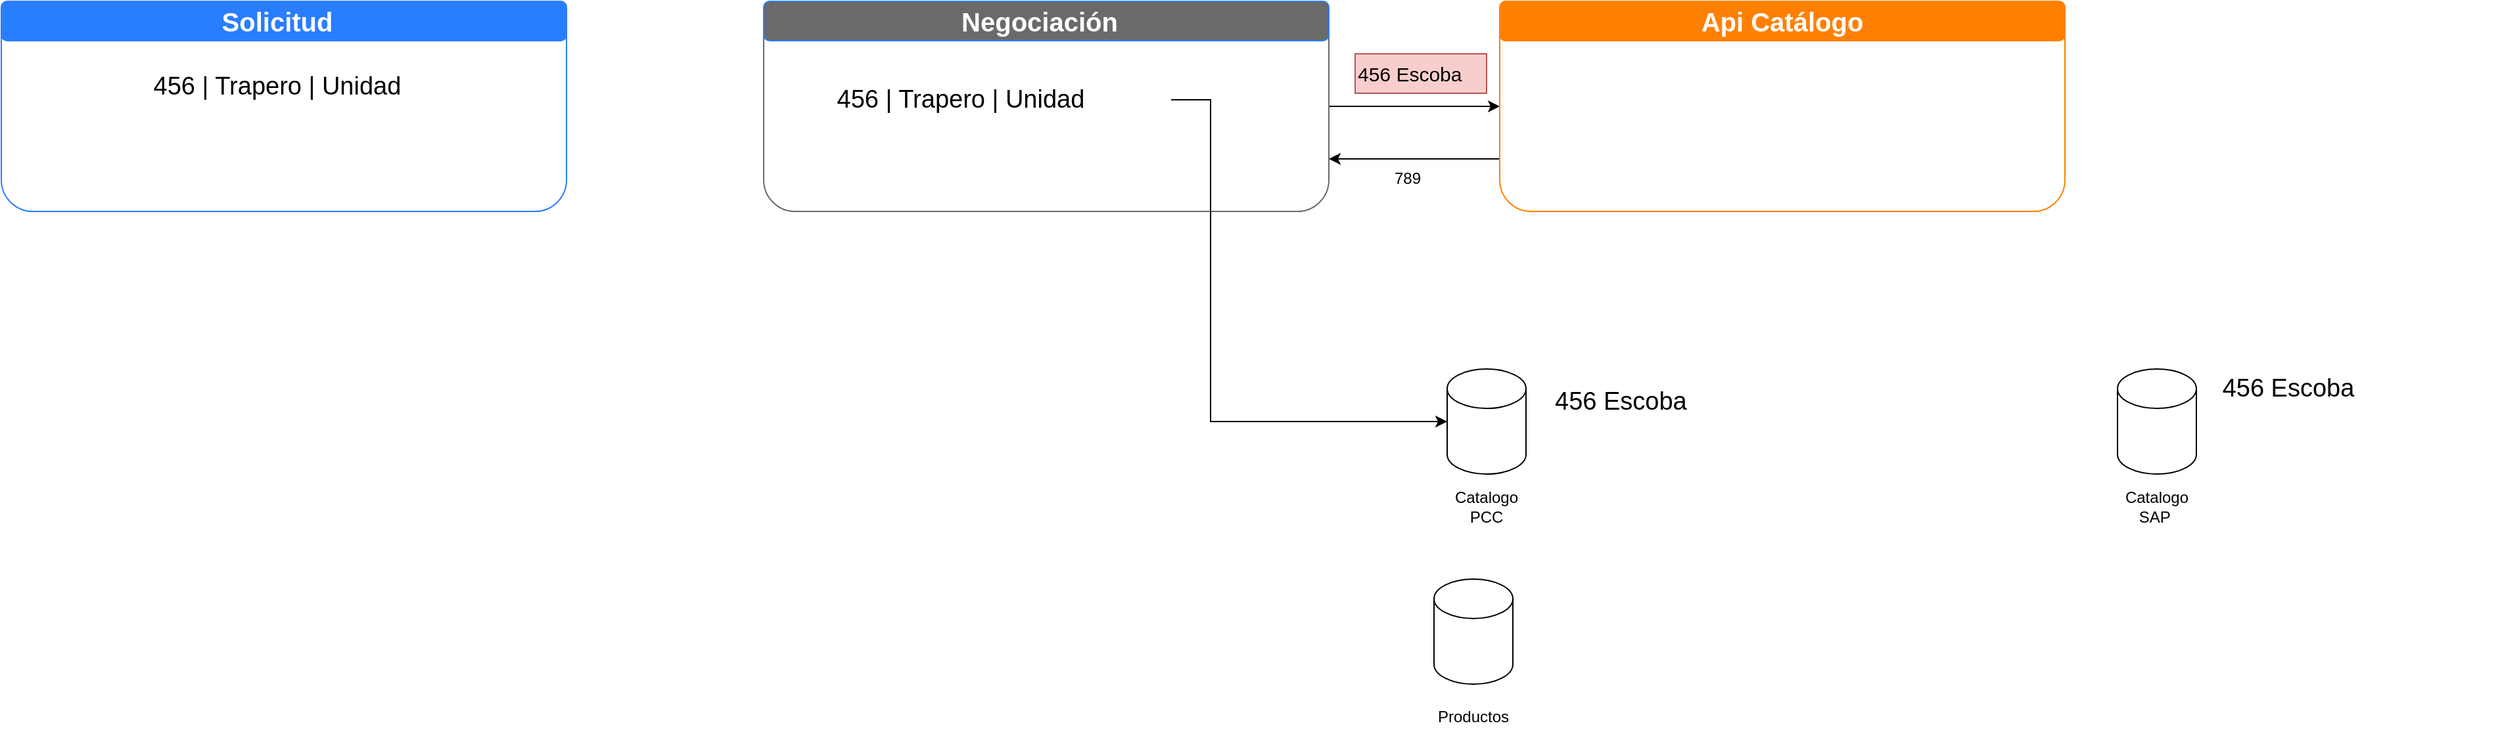
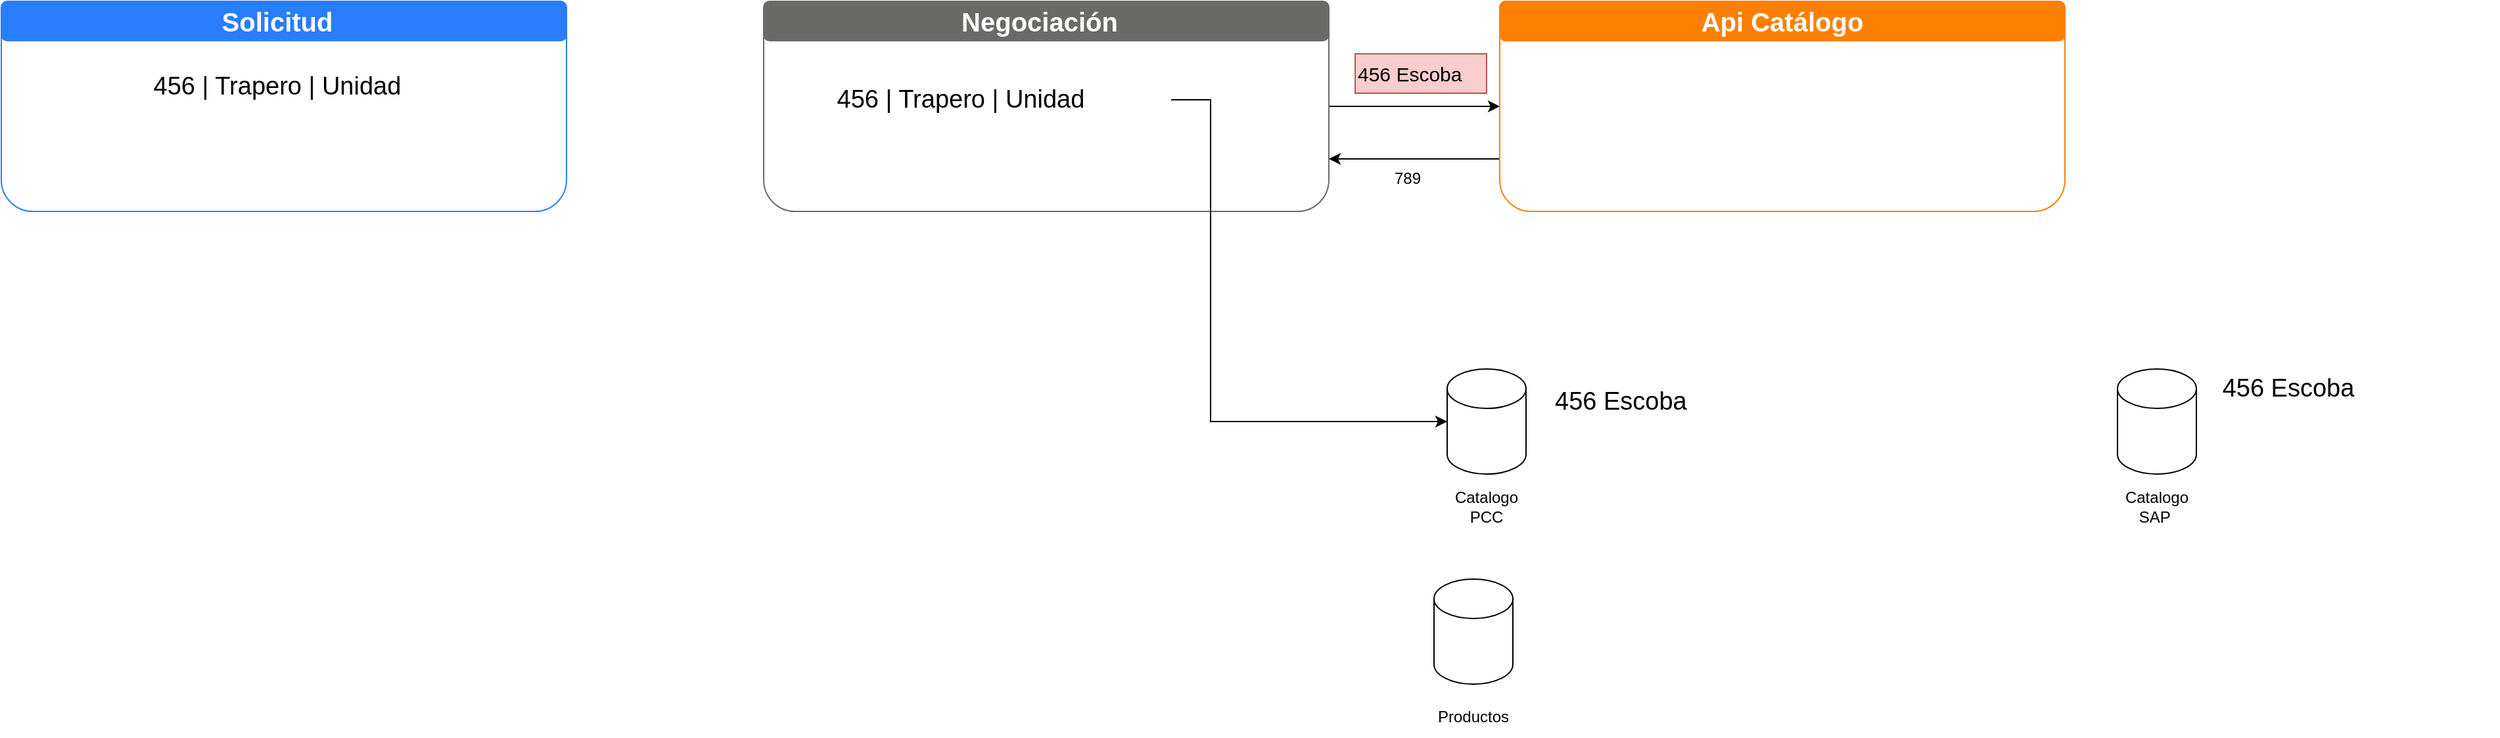
<mxfile host="app.diagrams.net">
  <diagram name="Page-1" id="UP9iQQHsG3meQlu-i4O-">
-     <mxGraphModel dx="2947" dy="894" grid="1" gridSize="10" guides="1" tooltips="1" connect="1" arrows="1" fold="1" page="1" pageScale="1" pageWidth="850" pageHeight="1100" math="0" shadow="0">
+     <mxGraphModel dx="2477" dy="860" grid="1" gridSize="10" guides="1" tooltips="1" connect="1" arrows="1" fold="1" page="1" pageScale="1" pageWidth="850" pageHeight="1100" math="0" shadow="0">
      <root>
        <mxCell id="0" />
        <mxCell id="1" parent="0" />
        <mxCell id="Nt2-6mFTUAAij5V2ATox-1" parent="1" style="rounded=1;whiteSpace=wrap;html=1;strokeColor=#297DFF;" value="" vertex="1">
          <mxGeometry height="160" width="430" x="-380" y="110" as="geometry" />
        </mxCell>
        <mxCell id="Nt2-6mFTUAAij5V2ATox-7" parent="1" style="rounded=1;whiteSpace=wrap;html=1;fillColor=#297DFF;strokeColor=#297DFF;" value="" vertex="1">
          <mxGeometry height="30" width="430" x="-380" y="110" as="geometry" />
        </mxCell>
        <mxCell id="Nt2-6mFTUAAij5V2ATox-8" parent="1" style="text;html=1;whiteSpace=wrap;strokeColor=none;fillColor=none;align=center;verticalAlign=middle;rounded=0;fontColor=#FFFFFF;fontStyle=1;fontSize=20;" value="Solicitud" vertex="1">
          <mxGeometry height="30" width="60" x="-200" y="110" as="geometry" />
        </mxCell>
        <mxCell id="Nt2-6mFTUAAij5V2ATox-21" edge="1" parent="1" source="Nt2-6mFTUAAij5V2ATox-12" style="edgeStyle=orthogonalEdgeStyle;rounded=0;orthogonalLoop=1;jettySize=auto;html=1;" target="Nt2-6mFTUAAij5V2ATox-15">
          <mxGeometry relative="1" as="geometry" />
        </mxCell>
        <mxCell id="Nt2-6mFTUAAij5V2ATox-12" parent="1" style="rounded=1;whiteSpace=wrap;html=1;strokeColor=#6A6A69;" value="" vertex="1">
          <mxGeometry height="160" width="430" x="200" y="110" as="geometry" />
        </mxCell>
-         <mxCell id="Nt2-6mFTUAAij5V2ATox-13" parent="1" style="rounded=1;whiteSpace=wrap;html=1;fillColor=#6A6A69;strokeColor=#297DFF;" value="" vertex="1">
+         <mxCell id="Nt2-6mFTUAAij5V2ATox-13" parent="1" style="rounded=1;whiteSpace=wrap;html=1;fillColor=#6A6A69;strokeColor=#6A6A69;" value="" vertex="1">
          <mxGeometry height="30" width="430" x="200" y="110" as="geometry" />
        </mxCell>
        <mxCell id="Nt2-6mFTUAAij5V2ATox-14" parent="1" style="text;html=1;whiteSpace=wrap;strokeColor=none;fillColor=none;align=center;verticalAlign=middle;rounded=0;fontColor=#FFFFFF;fontStyle=1;fontSize=20;" value="Negociación" vertex="1">
          <mxGeometry height="30" width="60" x="380" y="110" as="geometry" />
        </mxCell>
        <mxCell id="Nt2-6mFTUAAij5V2ATox-22" edge="1" parent="1" source="Nt2-6mFTUAAij5V2ATox-15" style="edgeStyle=orthogonalEdgeStyle;rounded=0;orthogonalLoop=1;jettySize=auto;html=1;exitX=0;exitY=0.75;exitDx=0;exitDy=0;entryX=1;entryY=0.75;entryDx=0;entryDy=0;" target="Nt2-6mFTUAAij5V2ATox-12">
          <mxGeometry relative="1" as="geometry" />
        </mxCell>
        <mxCell id="Nt2-6mFTUAAij5V2ATox-15" parent="1" style="rounded=1;whiteSpace=wrap;html=1;strokeColor=#FF8000;" value="" vertex="1">
          <mxGeometry height="160" width="430" x="760" y="110" as="geometry" />
        </mxCell>
        <mxCell id="Nt2-6mFTUAAij5V2ATox-16" parent="1" style="rounded=1;whiteSpace=wrap;html=1;fillColor=#FF8000;strokeColor=#FF8000;" value="" vertex="1">
          <mxGeometry height="30" width="430" x="760" y="110" as="geometry" />
        </mxCell>
        <mxCell id="Nt2-6mFTUAAij5V2ATox-17" parent="1" style="text;html=1;whiteSpace=wrap;strokeColor=none;fillColor=none;align=center;verticalAlign=middle;rounded=0;fontColor=#FFFFFF;fontStyle=1;fontSize=20;" value="Api Catálogo" vertex="1">
          <mxGeometry height="30" width="160" x="895" y="110" as="geometry" />
        </mxCell>
        <mxCell id="Nt2-6mFTUAAij5V2ATox-19" parent="1" style="text;html=1;whiteSpace=wrap;strokeColor=none;fillColor=none;align=left;verticalAlign=middle;rounded=0;fontSize=19;" value="456 Escoba" vertex="1">
          <mxGeometry height="30" width="320" x="800" y="400" as="geometry" />
        </mxCell>
        <mxCell id="Nt2-6mFTUAAij5V2ATox-23" parent="1" style="text;html=1;whiteSpace=wrap;strokeColor=none;fillColor=none;align=center;verticalAlign=middle;rounded=0;" value="789" vertex="1">
          <mxGeometry height="30" width="60" x="660" y="230" as="geometry" />
        </mxCell>
        <mxCell id="Nt2-6mFTUAAij5V2ATox-24" parent="1" style="shape=cylinder3;whiteSpace=wrap;html=1;boundedLbl=1;backgroundOutline=1;size=15;" value="&lt;div&gt;&lt;br&gt;&lt;/div&gt;&lt;div&gt;&lt;br&gt;&lt;/div&gt;&lt;div&gt;&lt;br&gt;&lt;/div&gt;&lt;div&gt;&lt;br&gt;&lt;/div&gt;&lt;div&gt;&lt;br&gt;&lt;/div&gt;&lt;div&gt;&lt;br&gt;&lt;/div&gt;" vertex="1">
          <mxGeometry height="80" width="60" x="720" y="390" as="geometry" />
        </mxCell>
        <mxCell id="Nt2-6mFTUAAij5V2ATox-25" parent="1" style="text;html=1;whiteSpace=wrap;strokeColor=none;fillColor=none;align=center;verticalAlign=middle;rounded=0;" value="Catalogo PCC" vertex="1">
          <mxGeometry height="30" width="60" x="720" y="480" as="geometry" />
        </mxCell>
        <mxCell id="Nt2-6mFTUAAij5V2ATox-26" parent="1" style="text;html=1;whiteSpace=wrap;strokeColor=none;fillColor=none;align=center;verticalAlign=middle;rounded=0;fontSize=19;" value="456 | Trapero&amp;nbsp;| Unidad" vertex="1">
          <mxGeometry height="30" width="320" x="-330" y="160" as="geometry" />
        </mxCell>
        <mxCell id="Nt2-6mFTUAAij5V2ATox-27" parent="1" style="text;html=1;whiteSpace=wrap;strokeColor=none;fillColor=none;align=center;verticalAlign=middle;rounded=0;fontSize=19;" value="456 | Trapero | Unidad" vertex="1">
          <mxGeometry height="30" width="320" x="190" y="170" as="geometry" />
        </mxCell>
        <mxCell id="Nt2-6mFTUAAij5V2ATox-29" parent="1" style="shape=cylinder3;whiteSpace=wrap;html=1;boundedLbl=1;backgroundOutline=1;size=15;" value="&lt;div&gt;&lt;br&gt;&lt;/div&gt;&lt;div&gt;&lt;br&gt;&lt;/div&gt;&lt;div&gt;&lt;br&gt;&lt;/div&gt;&lt;div&gt;&lt;br&gt;&lt;/div&gt;&lt;div&gt;&lt;br&gt;&lt;/div&gt;&lt;div&gt;&lt;br&gt;&lt;/div&gt;" vertex="1">
          <mxGeometry height="80" width="60" x="710" y="550" as="geometry" />
        </mxCell>
        <mxCell id="Nt2-6mFTUAAij5V2ATox-30" parent="1" style="text;html=1;whiteSpace=wrap;strokeColor=none;fillColor=none;align=center;verticalAlign=middle;rounded=0;" value="Productos" vertex="1">
          <mxGeometry height="30" width="60" x="710" y="640" as="geometry" />
        </mxCell>
        <mxCell id="Nt2-6mFTUAAij5V2ATox-34" parent="1" style="shape=cylinder3;whiteSpace=wrap;html=1;boundedLbl=1;backgroundOutline=1;size=15;" value="&lt;div&gt;&lt;br&gt;&lt;/div&gt;&lt;div&gt;&lt;br&gt;&lt;/div&gt;&lt;div&gt;&lt;br&gt;&lt;/div&gt;&lt;div&gt;&lt;br&gt;&lt;/div&gt;&lt;div&gt;&lt;br&gt;&lt;/div&gt;&lt;div&gt;&lt;br&gt;&lt;/div&gt;" vertex="1">
          <mxGeometry height="80" width="60" x="1230" y="390" as="geometry" />
        </mxCell>
        <mxCell id="Nt2-6mFTUAAij5V2ATox-35" parent="1" style="text;html=1;whiteSpace=wrap;strokeColor=none;fillColor=none;align=center;verticalAlign=middle;rounded=0;" value="Catalogo&lt;div&gt;SAP&amp;nbsp;&lt;/div&gt;" vertex="1">
          <mxGeometry height="30" width="60" x="1230" y="480" as="geometry" />
        </mxCell>
        <mxCell id="Nt2-6mFTUAAij5V2ATox-36" parent="1" style="text;html=1;whiteSpace=wrap;strokeColor=none;fillColor=none;align=center;verticalAlign=middle;rounded=0;fontSize=19;" value="456 Escoba" vertex="1">
          <mxGeometry height="30" width="320" x="1200" y="390" as="geometry" />
        </mxCell>
        <mxCell id="Nt2-6mFTUAAij5V2ATox-37" edge="1" parent="1" source="Nt2-6mFTUAAij5V2ATox-27" style="edgeStyle=orthogonalEdgeStyle;rounded=0;orthogonalLoop=1;jettySize=auto;html=1;entryX=0;entryY=0.5;entryDx=0;entryDy=0;entryPerimeter=0;" target="Nt2-6mFTUAAij5V2ATox-24">
          <mxGeometry relative="1" as="geometry">
            <Array as="points">
              <mxPoint x="540" y="430" />
            </Array>
          </mxGeometry>
        </mxCell>
        <mxCell id="Nt2-6mFTUAAij5V2ATox-38" parent="1" style="text;html=1;whiteSpace=wrap;strokeColor=#b85450;fillColor=#f8cecc;align=left;verticalAlign=middle;rounded=0;fontSize=15;" value="456 Escoba" vertex="1">
          <mxGeometry height="30" width="100" x="650" y="150" as="geometry" />
        </mxCell>
      </root>
    </mxGraphModel>
  </diagram>
</mxfile>
